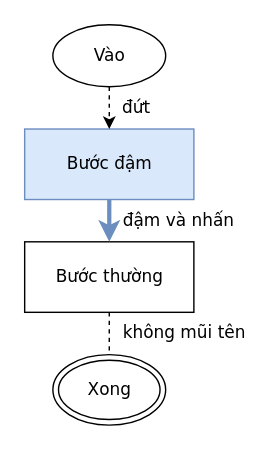
The draw.io diagram conformance/golden/flowchart/17-edge-styles.drawio in luytbq/flowcast, before the edit. Source tidied: cells renumbered, new cells numbered last; positions are measured from the earlier drawing's top-left corner, leaving out a move shared by most shapes. Both pictures are drawn from the tidied source at 141%, with x=0, y=0 at pixel (24, 24).
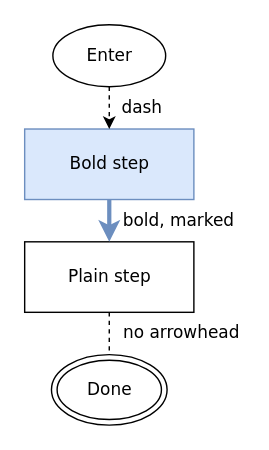
The same diagram, later.

What changed in the source:
```diff
@@
 <mxGraphModel>
   <root>
     <mxCell id="0" />
     <mxCell id="1" parent="0" />
-    <mxCell id="2" value="Vào" style="ellipse;html=1;fontFamily=Verdana;fontSize=12;flowtable=1;" parent="1" vertex="1">
+    <mxCell id="2" value="Enter" style="ellipse;html=1;fontFamily=Verdana;fontSize=12;flowtable=1;" parent="1" vertex="1">
       <mxGeometry x="20" width="80" height="44" as="geometry" />
     </mxCell>
-    <mxCell id="3" value="Bước đậm" style="rounded=0;html=1;fillColor=#dae8fc;strokeColor=#6c8ebf;fontFamily=Verdana;fontSize=12;flowtable=1;" parent="1" vertex="1">
+    <mxCell id="3" value="Bold step" style="rounded=0;html=1;fillColor=#dae8fc;strokeColor=#6c8ebf;fontFamily=Verdana;fontSize=12;flowtable=1;" parent="1" vertex="1">
       <mxGeometry y="74" width="120" height="50" as="geometry" />
     </mxCell>
-    <mxCell id="4" value="Bước thường" style="rounded=0;html=1;fontFamily=Verdana;fontSize=12;flowtable=1;" parent="1" vertex="1">
+    <mxCell id="4" value="Plain step" style="rounded=0;html=1;fontFamily=Verdana;fontSize=12;flowtable=1;" parent="1" vertex="1">
       <mxGeometry y="154" width="120" height="50" as="geometry" />
     </mxCell>
-    <mxCell id="5" value="Xong" style="shape=doubleEllipse;html=1;fontFamily=Verdana;fontSize=12;flowtable=1;" parent="1" vertex="1">
-      <mxGeometry x="20" y="234" width="80" height="50" as="geometry" />
+    <mxCell id="5" value="Done" style="shape=doubleEllipse;html=1;fontFamily=Verdana;fontSize=12;flowtable=1;" parent="1" vertex="1">
+      <mxGeometry x="19" y="234" width="82" height="50" as="geometry" />
     </mxCell>
-    <mxCell id="6" value="đứt" style="edgeStyle=orthogonalEdgeStyle;rounded=0;jettySize=auto;html=1;labelBackgroundColor=default;exitX=0.5;exitY=1;exitDx=0;exitDy=0;entryX=0.5;entryY=0;entryDx=0;entryDy=0;dashed=1;fontFamily=Verdana;fontSize=12;flowtable=1;" parent="1" edge="1" source="2" target="3">
+    <mxCell id="6" value="dash" style="edgeStyle=orthogonalEdgeStyle;rounded=0;jettySize=auto;html=1;labelBackgroundColor=default;exitX=0.5;exitY=1;exitDx=0;exitDy=0;entryX=0.5;entryY=0;entryDx=0;entryDy=0;dashed=1;fontFamily=Verdana;fontSize=12;flowtable=1;" parent="1" edge="1" source="2" target="3">
       <mxGeometry x="-0.03" relative="1" as="geometry">
-        <mxPoint x="19.1" as="offset" />
+        <mxPoint x="23.3" as="offset" />
       </mxGeometry>
     </mxCell>
-    <mxCell id="7" value="đậm và nhấn" style="edgeStyle=orthogonalEdgeStyle;rounded=0;jettySize=auto;html=1;labelBackgroundColor=default;exitX=0.5;exitY=1;exitDx=0;exitDy=0;entryX=0.5;entryY=0;entryDx=0;entryDy=0;strokeColor=#6c8ebf;strokeWidth=2;strokeWidth=3;fontFamily=Verdana;fontSize=12;flowtable=1;" parent="1" edge="1" source="3" target="4">
+    <mxCell id="7" value="bold, marked" style="edgeStyle=orthogonalEdgeStyle;rounded=0;jettySize=auto;html=1;labelBackgroundColor=default;exitX=0.5;exitY=1;exitDx=0;exitDy=0;entryX=0.5;entryY=0;entryDx=0;entryDy=0;strokeColor=#6c8ebf;strokeWidth=2;strokeWidth=3;fontFamily=Verdana;fontSize=12;flowtable=1;" parent="1" edge="1" source="3" target="4">
       <mxGeometry x="-0.03" relative="1" as="geometry">
-        <mxPoint x="48.5" as="offset" />
+        <mxPoint x="48.9" as="offset" />
       </mxGeometry>
     </mxCell>
-    <mxCell id="8" value="không mũi tên" style="edgeStyle=orthogonalEdgeStyle;rounded=0;jettySize=auto;html=1;labelBackgroundColor=default;exitX=0.5;exitY=1;exitDx=0;exitDy=0;entryX=0.5;entryY=0;entryDx=0;entryDy=0;dashed=1;endArrow=none;fontFamily=Verdana;fontSize=12;flowtable=1;" parent="1" edge="1" source="4" target="5">
+    <mxCell id="8" value="no arrowhead" style="edgeStyle=orthogonalEdgeStyle;rounded=0;jettySize=auto;html=1;labelBackgroundColor=default;exitX=0.5;exitY=1;exitDx=0;exitDy=0;entryX=0.5;entryY=0;entryDx=0;entryDy=0;dashed=1;endArrow=none;fontFamily=Verdana;fontSize=12;flowtable=1;" parent="1" edge="1" source="4" target="5">
       <mxGeometry x="-0.03" relative="1" as="geometry">
-        <mxPoint x="52.8" as="offset" />
+        <mxPoint x="50.5" as="offset" />
       </mxGeometry>
     </mxCell>
   </root>
 </mxGraphModel>
```
